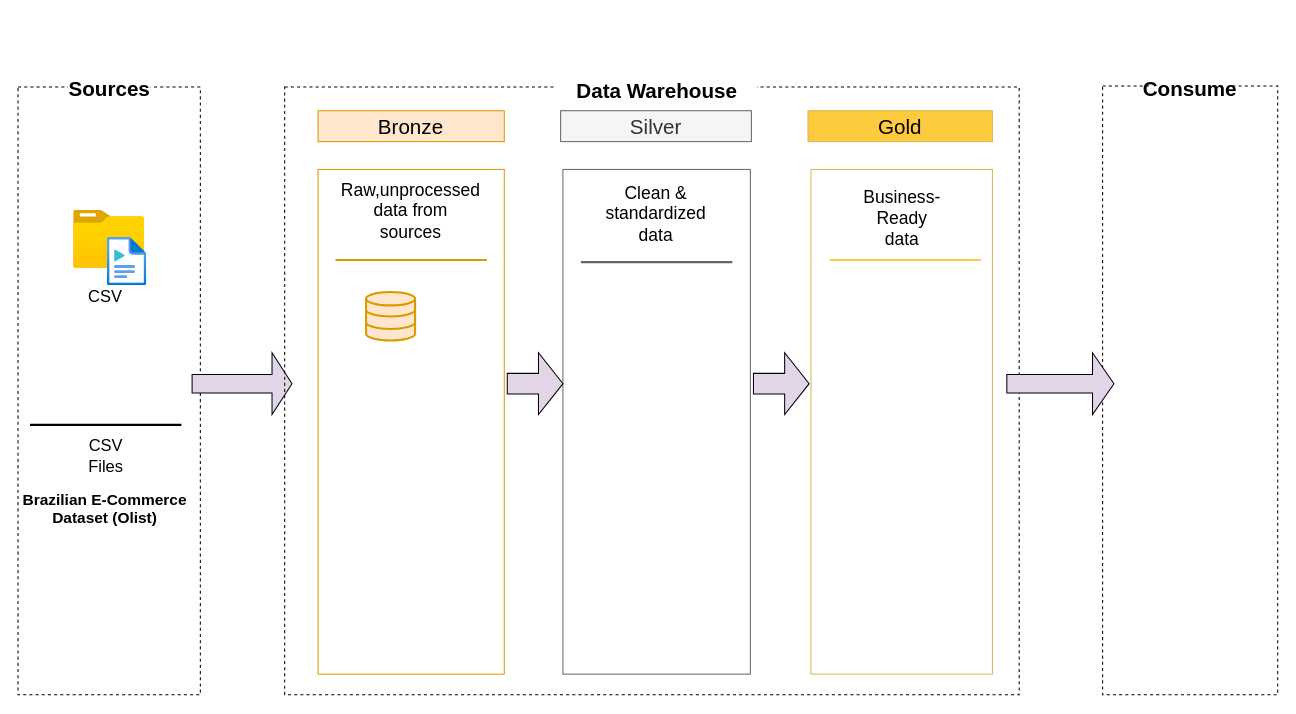
This is Diagram/Untitled Diagram.drawio from seyedmojtabahosseini/Data_Folder, a draw.io file, before an edit. Source tidied: cells renumbered, new cells numbered last; positions are measured from the earlier drawing's top-left corner, leaving out a move shared by most shapes. Both pictures are drawn from the tidied source at 103%, with x=0, y=0 at pixel (18, 72). Pictures stored in the file or linked from it are replaced by grey dashed boxes.
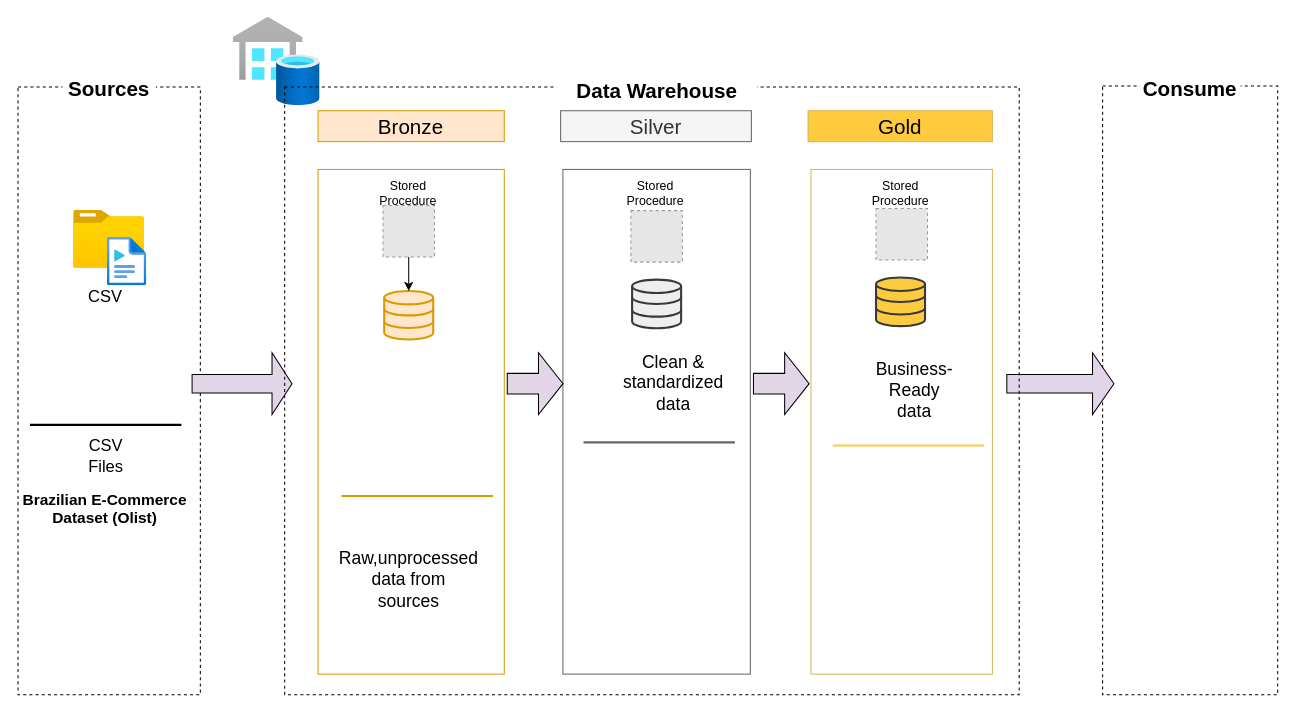
Above is the later version.

The edit, as a diff of the source:
```diff
@@
     <mxCell id="3" value="Sources" style="rounded=0;whiteSpace=wrap;html=1;fillColor=default;strokeColor=none;fontSize=20;fontStyle=1;" parent="1" vertex="1">
-      <mxGeometry x="48.5" width="80" height="30" as="geometry" />
+      <mxGeometry x="43.2" width="90.5" height="30" as="geometry" />
     </mxCell>
@@
     <mxCell id="5" value="Consume" style="rounded=0;whiteSpace=wrap;html=1;fillColor=default;strokeColor=none;fontSize=20;fontStyle=1;" parent="1" vertex="1">
-      <mxGeometry x="1098" width="80" height="30" as="geometry" />
+      <mxGeometry x="1089" width="98" height="30" as="geometry" />
     </mxCell>
@@
-    <mxCell id="7" style="group;" parent="1" vertex="1">
-      <mxGeometry x="313" width="659" height="604" as="geometry" />
-    </mxCell>
+    <mxCell id="25" style="shape=singleArrow;whiteSpace=wrap;html=1;fillColor=#e1d5e7;strokeColor=default;" parent="1" vertex="1">
+      <mxGeometry x="960" y="272" width="104" height="60" as="geometry" />
+    </mxCell>
+    <mxCell id="26" style="image;html=1;align=center;fontSize=12;image=img/lib/azure2/general/Folder_Blank.svg;" parent="1" vertex="1">
+      <mxGeometry x="54" y="134" width="69" height="56" as="geometry" />
+    </mxCell>
+    <mxCell id="27" style="image;html=1;align=center;fontSize=12;image=img/lib/azure2/general/Media_File.svg;" parent="1" vertex="1">
+      <mxGeometry x="86.8" y="160" width="38.2" height="47" as="geometry" />
+    </mxCell>
+    <mxCell id="28" value="CSV" style="text;html=1;whiteSpace=wrap;strokeColor=none;fillColor=none;align=center;verticalAlign=middle;rounded=0;fontSize=16;" parent="1" vertex="1">
+      <mxGeometry x="55.1" y="202" width="60" height="30" as="geometry" />
+    </mxCell>
+    <mxCell id="29" style="line;strokeWidth=2;html=1;" parent="1" vertex="1">
+      <mxGeometry x="11.6" y="337" width="147" height="10" as="geometry" />
+    </mxCell>
+    <mxCell id="30" value="CSV Files" style="text;html=1;whiteSpace=wrap;strokeColor=none;fillColor=none;align=center;verticalAlign=middle;rounded=0;fontSize=16;" parent="1" vertex="1">
+      <mxGeometry x="48.5" y="357" width="72.5" height="30" as="geometry" />
+    </mxCell>
+    <mxCell id="31" value="&lt;strong style=&quot;text-align: start;&quot;&gt;Brazilian E-Commerce Dataset (Olist)&lt;/strong&gt;" style="text;html=1;whiteSpace=wrap;strokeColor=none;fillColor=none;align=center;verticalAlign=middle;rounded=0;fontSize=15;" parent="1" vertex="1">
+      <mxGeometry x="2.2" y="408" width="165" height="30" as="geometry" />
+    </mxCell>
+    <mxCell id="32" style="edgeStyle=orthogonalEdgeStyle;shape=filledEdge;rounded=0;orthogonalLoop=1;jettySize=auto;html=1;exitX=0.5;exitY=1;exitDx=0;exitDy=0;" parent="1" edge="1" source="5" target="5">
+      <mxGeometry relative="1" as="geometry" />
+    </mxCell>
+    <mxCell id="33" style="image;html=1;align=center;fontSize=12;image=img/lib/azure2/databases/Azure_SQL_Server_Stretch_Databases.svg;" parent="1" vertex="1">
+      <mxGeometry x="209" y="-53.7" width="84.3" height="85.7" as="geometry" />
+    </mxCell>
-    <mxCell id="8" style="rounded=0;whiteSpace=wrap;html=1;dashed=1;fillColor=none;" parent="7" vertex="1">
-      <mxGeometry x="-54.1" y="14" width="713.1" height="590" as="geometry" />
+    <mxCell id="8" style="rounded=0;whiteSpace=wrap;html=1;dashed=1;fillColor=none;" parent="1" vertex="1">
+      <mxGeometry x="258.9" y="14" width="713.1" height="590" as="geometry" />
     </mxCell>
-    <mxCell id="9" value="Data Warehouse" style="rounded=0;whiteSpace=wrap;html=1;fillColor=default;strokeColor=none;fontSize=20;fontStyle=1;" parent="7" vertex="1">
-      <mxGeometry x="209.5" y="2" width="194.9" height="30" as="geometry" />
+    <mxCell id="9" value="Data Warehouse" style="rounded=0;whiteSpace=wrap;html=1;fillColor=default;strokeColor=none;fontSize=20;fontStyle=1;" parent="1" vertex="1">
+      <mxGeometry x="522.5" y="2" width="194.9" height="30" as="geometry" />
     </mxCell>
-    <mxCell id="10" style="rounded=0;whiteSpace=wrap;html=1;fillColor=none;strokeColor=#d79b00;" parent="7" vertex="1">
-      <mxGeometry x="-21.7" y="94" width="180.8" height="490" as="geometry" />
+    <mxCell id="10" style="rounded=0;whiteSpace=wrap;html=1;fillColor=none;strokeColor=#d79b00;" parent="1" vertex="1">
+      <mxGeometry x="291.3" y="94" width="180.8" height="490" as="geometry" />
     </mxCell>
-    <mxCell id="11" value="Bronze" style="rounded=0;whiteSpace=wrap;html=1;fillColor=#ffe6cc;strokeColor=#d79b00;fontSize=20;" parent="7" vertex="1">
-      <mxGeometry x="-21.7" y="37" width="180.8" height="30" as="geometry" />
+    <mxCell id="11" value="Bronze" style="rounded=0;whiteSpace=wrap;html=1;fillColor=#ffe6cc;strokeColor=#d79b00;fontSize=20;" parent="1" vertex="1">
+      <mxGeometry x="291.3" y="37" width="180.8" height="30" as="geometry" />
     </mxCell>
-    <mxCell id="12" style="rounded=0;whiteSpace=wrap;html=1;fillColor=none;strokeColor=#666666;fontColor=#333333;" parent="7" vertex="1">
-      <mxGeometry x="216" y="94" width="182" height="490" as="geometry" />
+    <mxCell id="12" style="rounded=0;whiteSpace=wrap;html=1;fillColor=none;strokeColor=#666666;fontColor=#333333;" parent="1" vertex="1">
+      <mxGeometry x="529" y="94" width="182" height="490" as="geometry" />
     </mxCell>
-    <mxCell id="13" value="Silver" style="rounded=0;whiteSpace=wrap;html=1;fillColor=#f5f5f5;strokeColor=#666666;fontSize=20;fontColor=#333333;" parent="7" vertex="1">
-      <mxGeometry x="213.8" y="37" width="185.2" height="30" as="geometry" />
+    <mxCell id="13" value="Silver" style="rounded=0;whiteSpace=wrap;html=1;fillColor=#f5f5f5;strokeColor=#666666;fontSize=20;fontColor=#333333;" parent="1" vertex="1">
+      <mxGeometry x="526.8" y="37" width="185.2" height="30" as="geometry" />
     </mxCell>
-    <mxCell id="14" style="rounded=0;whiteSpace=wrap;html=1;fillColor=none;strokeColor=#d6b656;" parent="7" vertex="1">
-      <mxGeometry x="456.9" y="94" width="176.1" height="490" as="geometry" />
+    <mxCell id="14" style="rounded=0;whiteSpace=wrap;html=1;fillColor=none;strokeColor=#d6b656;" parent="1" vertex="1">
+      <mxGeometry x="769.9" y="94" width="176.1" height="490" as="geometry" />
     </mxCell>
-    <mxCell id="15" value="Gold" style="rounded=0;whiteSpace=wrap;html=1;fillColor=light-dark(#fecb3e, #281d00);strokeColor=#d6b656;fontSize=20;" parent="7" vertex="1">
-      <mxGeometry x="454" y="37" width="179" height="30" as="geometry" />
+    <mxCell id="15" value="Gold" style="rounded=0;whiteSpace=wrap;html=1;fillColor=light-dark(#fecb3e, #281d00);strokeColor=#d6b656;fontSize=20;" parent="1" vertex="1">
+      <mxGeometry x="767" y="37" width="179" height="30" as="geometry" />
     </mxCell>
-    <mxCell id="16" style="shape=singleArrow;whiteSpace=wrap;html=1;fillColor=#e1d5e7;strokeColor=default;arrowWidth=0.3333333333333333;arrowSize=0.44;" parent="7" vertex="1">
-      <mxGeometry x="162" y="272" width="54.1" height="60" as="geometry" />
+    <mxCell id="16" style="shape=singleArrow;whiteSpace=wrap;html=1;fillColor=#e1d5e7;strokeColor=default;arrowWidth=0.3333333333333333;arrowSize=0.44;" parent="1" vertex="1">
+      <mxGeometry x="475" y="272" width="54.1" height="60" as="geometry" />
     </mxCell>
-    <mxCell id="17" style="shape=singleArrow;whiteSpace=wrap;html=1;fillColor=#e1d5e7;strokeColor=default;arrowWidth=0.3333333333333333;arrowSize=0.44;" parent="7" vertex="1">
-      <mxGeometry x="401" y="272" width="54.1" height="60" as="geometry" />
+    <mxCell id="17" style="shape=singleArrow;whiteSpace=wrap;html=1;fillColor=#e1d5e7;strokeColor=default;arrowWidth=0.3333333333333333;arrowSize=0.44;" parent="1" vertex="1">
+      <mxGeometry x="714" y="272" width="54.1" height="60" as="geometry" />
     </mxCell>
-    <mxCell id="18" style="html=1;verticalLabelPosition=bottom;align=center;labelBackgroundColor=#ffffff;verticalAlign=top;strokeWidth=2;strokeColor=#d79b00;shadow=0;dashed=0;shape=mxgraph.ios7.icons.data;fillColor=#ffe6cc;" parent="7" vertex="1">
-      <mxGeometry x="24.9" y="213" width="47.6" height="47.1" as="geometry" />
+    <mxCell id="18" style="html=1;verticalLabelPosition=bottom;align=center;labelBackgroundColor=#ffffff;verticalAlign=top;strokeWidth=2;strokeColor=#d79b00;shadow=0;dashed=0;shape=mxgraph.ios7.icons.data;fillColor=#ffe6cc;" parent="1" vertex="1">
+      <mxGeometry x="355.5" y="212" width="47.6" height="47.1" as="geometry" />
     </mxCell>
-    <mxCell id="19" value="Raw,unprocessed data from sources" style="text;html=1;whiteSpace=wrap;strokeColor=none;fillColor=none;align=center;verticalAlign=middle;rounded=0;fontSize=17;" parent="7" vertex="1">
-      <mxGeometry x="36.3" y="120" width="65" height="30" as="geometry" />
+    <mxCell id="19" value="Raw,unprocessed data from sources" style="text;html=1;whiteSpace=wrap;strokeColor=none;fillColor=none;align=center;verticalAlign=middle;rounded=0;fontSize=17;" parent="1" vertex="1">
+      <mxGeometry x="346.8" y="478" width="65" height="30" as="geometry" />
     </mxCell>
-    <mxCell id="20" value="Clean &amp;amp; standardized data" style="text;html=1;whiteSpace=wrap;strokeColor=none;fillColor=none;align=center;verticalAlign=middle;rounded=0;fontSize=17;" parent="7" vertex="1">
-      <mxGeometry x="273.9" y="123" width="65" height="30" as="geometry" />
+    <mxCell id="20" value="Clean &amp;amp; standardized data" style="text;html=1;whiteSpace=wrap;strokeColor=none;fillColor=none;align=center;verticalAlign=middle;rounded=0;fontSize=17;" parent="1" vertex="1">
+      <mxGeometry x="604" y="287" width="65" height="30" as="geometry" />
     </mxCell>
-    <mxCell id="21" value="Business-Ready data" style="text;html=1;whiteSpace=wrap;strokeColor=none;fillColor=none;align=center;verticalAlign=middle;rounded=0;fontSize=17;" parent="7" vertex="1">
-      <mxGeometry x="512.5" y="127" width="65" height="30" as="geometry" />
+    <mxCell id="21" value="Business-Ready data" style="text;html=1;whiteSpace=wrap;strokeColor=none;fillColor=none;align=center;verticalAlign=middle;rounded=0;fontSize=17;" parent="1" vertex="1">
+      <mxGeometry x="838" y="294" width="65" height="30" as="geometry" />
     </mxCell>
-    <mxCell id="22" style="line;strokeWidth=2;html=1;fillColor=#ffe6cc;strokeColor=#d79b00;" parent="7" vertex="1">
-      <mxGeometry x="-4.8" y="177" width="147" height="10" as="geometry" />
+    <mxCell id="22" style="line;strokeWidth=2;html=1;fillColor=#ffe6cc;strokeColor=#d79b00;" parent="1" vertex="1">
+      <mxGeometry x="314" y="406" width="147" height="10" as="geometry" />
     </mxCell>
-    <mxCell id="23" style="line;strokeWidth=2;html=1;fillColor=#f5f5f5;fontColor=#333333;strokeColor=#666666;" parent="7" vertex="1">
-      <mxGeometry x="233.5" y="179" width="147" height="10" as="geometry" />
+    <mxCell id="23" style="line;strokeWidth=2;html=1;fillColor=#f5f5f5;fontColor=#333333;strokeColor=#666666;" parent="1" vertex="1">
+      <mxGeometry x="549" y="354" width="147" height="10" as="geometry" />
     </mxCell>
-    <mxCell id="24" style="line;strokeWidth=2;html=1;strokeColor=light-dark(#fecb3e, #ededed);" parent="7" vertex="1">
-      <mxGeometry x="475" y="177" width="147" height="10" as="geometry" />
+    <mxCell id="24" style="line;strokeWidth=2;html=1;strokeColor=light-dark(#fecb3e, #ededed);" parent="1" vertex="1">
+      <mxGeometry x="791" y="357" width="147" height="10" as="geometry" />
     </mxCell>
-    <mxCell id="25" style="shape=singleArrow;whiteSpace=wrap;html=1;fillColor=#e1d5e7;strokeColor=default;" parent="1" vertex="1">
-      <mxGeometry x="960" y="272" width="104" height="60" as="geometry" />
-    </mxCell>
-    <mxCell id="26" style="image;html=1;align=center;fontSize=12;image=img/lib/azure2/general/Folder_Blank.svg;" parent="1" vertex="1">
-      <mxGeometry x="54" y="134" width="69" height="56" as="geometry" />
-    </mxCell>
-    <mxCell id="27" style="image;html=1;align=center;fontSize=12;image=img/lib/azure2/general/Media_File.svg;" parent="1" vertex="1">
-      <mxGeometry x="86.8" y="160" width="38.2" height="47" as="geometry" />
-    </mxCell>
-    <mxCell id="28" value="CSV" style="text;html=1;whiteSpace=wrap;strokeColor=none;fillColor=none;align=center;verticalAlign=middle;rounded=0;fontSize=16;" parent="1" vertex="1">
-      <mxGeometry x="55.1" y="202" width="60" height="30" as="geometry" />
-    </mxCell>
-    <mxCell id="29" style="line;strokeWidth=2;html=1;" parent="1" vertex="1">
-      <mxGeometry x="11.6" y="337" width="147" height="10" as="geometry" />
-    </mxCell>
-    <mxCell id="30" value="CSV Files" style="text;html=1;whiteSpace=wrap;strokeColor=none;fillColor=none;align=center;verticalAlign=middle;rounded=0;fontSize=16;" parent="1" vertex="1">
-      <mxGeometry x="48.5" y="357" width="72.5" height="30" as="geometry" />
-    </mxCell>
-    <mxCell id="31" value="&lt;strong style=&quot;text-align: start;&quot;&gt;Brazilian E-Commerce Dataset (Olist)&lt;/strong&gt;" style="text;html=1;whiteSpace=wrap;strokeColor=none;fillColor=none;align=center;verticalAlign=middle;rounded=0;fontSize=15;" parent="1" vertex="1">
-      <mxGeometry x="2.2" y="408" width="165" height="30" as="geometry" />
-    </mxCell>
-    <mxCell id="32" style="edgeStyle=orthogonalEdgeStyle;shape=filledEdge;rounded=0;orthogonalLoop=1;jettySize=auto;html=1;exitX=0.5;exitY=1;exitDx=0;exitDy=0;" parent="1" edge="1" source="5" target="5">
-      <mxGeometry relative="1" as="geometry" />
-    </mxCell>
+    <mxCell id="34" value="Stored Procedure" style="text;html=1;whiteSpace=wrap;strokeColor=none;fillColor=none;align=center;verticalAlign=middle;rounded=0;" parent="1" vertex="1">
+      <mxGeometry x="349.3" y="102" width="60" height="30" as="geometry" />
+    </mxCell>
+    <mxCell id="35" value="Stored Procedure" style="text;html=1;whiteSpace=wrap;strokeColor=none;fillColor=none;align=center;verticalAlign=middle;rounded=0;" parent="1" vertex="1">
+      <mxGeometry x="589.4" y="102" width="60" height="30" as="geometry" />
+    </mxCell>
+    <mxCell id="36" value="Stored Procedure" style="text;html=1;whiteSpace=wrap;strokeColor=none;fillColor=none;align=center;verticalAlign=middle;rounded=0;" parent="1" vertex="1">
+      <mxGeometry x="826.5" y="102" width="60" height="30" as="geometry" />
+    </mxCell>
+    <mxCell id="37" style="edgeStyle=orthogonalEdgeStyle;shape=filledEdge;rounded=0;jettySize=auto;html=1;" parent="1" edge="1" source="38" target="18">
+      <mxGeometry relative="1" as="geometry" />
+    </mxCell>
+    <mxCell id="38" style="fillColor=#E6E6E6;strokeColor=#999999;dashed=1;html=1;verticalAlign=top;verticalLabelPosition=bottom;labelBackgroundColor=#ffffff;" parent="1" vertex="1">
+      <mxGeometry x="354.3" y="129" width="50" height="50" as="geometry" />
+    </mxCell>
+    <mxCell id="39" style="fillColor=#E6E6E6;strokeColor=#999999;dashed=1;html=1;verticalAlign=top;verticalLabelPosition=bottom;labelBackgroundColor=#ffffff;" parent="1" vertex="1">
+      <mxGeometry x="595" y="134" width="50" height="50" as="geometry" />
+    </mxCell>
+    <mxCell id="40" style="fillColor=#E6E6E6;strokeColor=#999999;dashed=1;html=1;verticalAlign=top;verticalLabelPosition=bottom;labelBackgroundColor=#ffffff;" parent="1" vertex="1">
+      <mxGeometry x="833" y="132" width="50" height="50" as="geometry" />
+    </mxCell>
+    <mxCell id="41" style="html=1;verticalLabelPosition=bottom;align=center;labelBackgroundColor=#ffffff;verticalAlign=top;strokeWidth=2;strokeColor=#36393d;shadow=0;dashed=0;shape=mxgraph.ios7.icons.data;fillColor=#eeeeee;" parent="1" vertex="1">
+      <mxGeometry x="596.2" y="201" width="47.6" height="47.1" as="geometry" />
+    </mxCell>
+    <mxCell id="42" style="html=1;verticalLabelPosition=bottom;align=center;labelBackgroundColor=#ffffff;verticalAlign=top;strokeWidth=2;strokeColor=#36393d;shadow=0;dashed=0;shape=mxgraph.ios7.icons.data;fillColor=light-dark(#fecb3e, #202020);" parent="1" vertex="1">
+      <mxGeometry x="833" y="199" width="47.6" height="47.1" as="geometry" />
+    </mxCell>
```
